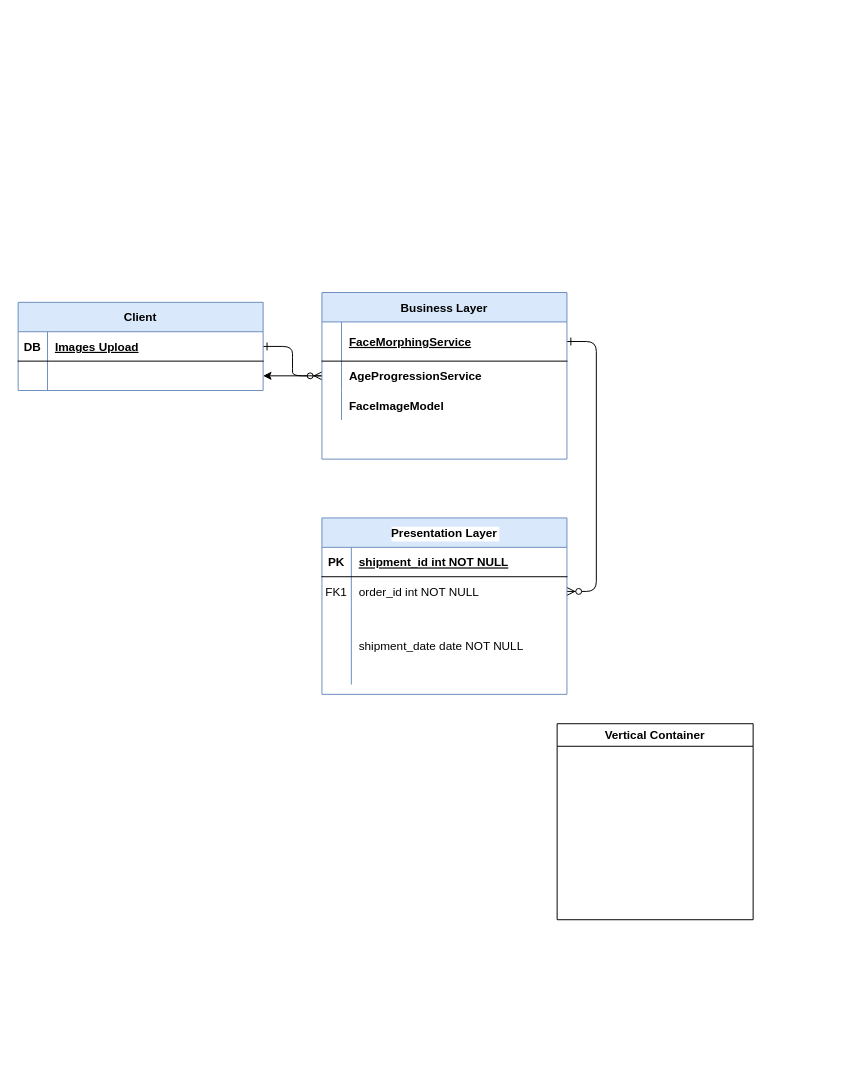
Earlier version of the draw.io diagram Untitled Diagram.drawio (Abhishekc18/shiny-couscous). Source tidied: cells renumbered, new cells numbered last; positions are measured from the earlier drawing's top-left corner, leaving out a move shared by most shapes. Both pictures are drawn from the tidied source at 98%, with x=0, y=0 at pixel (18, 292).
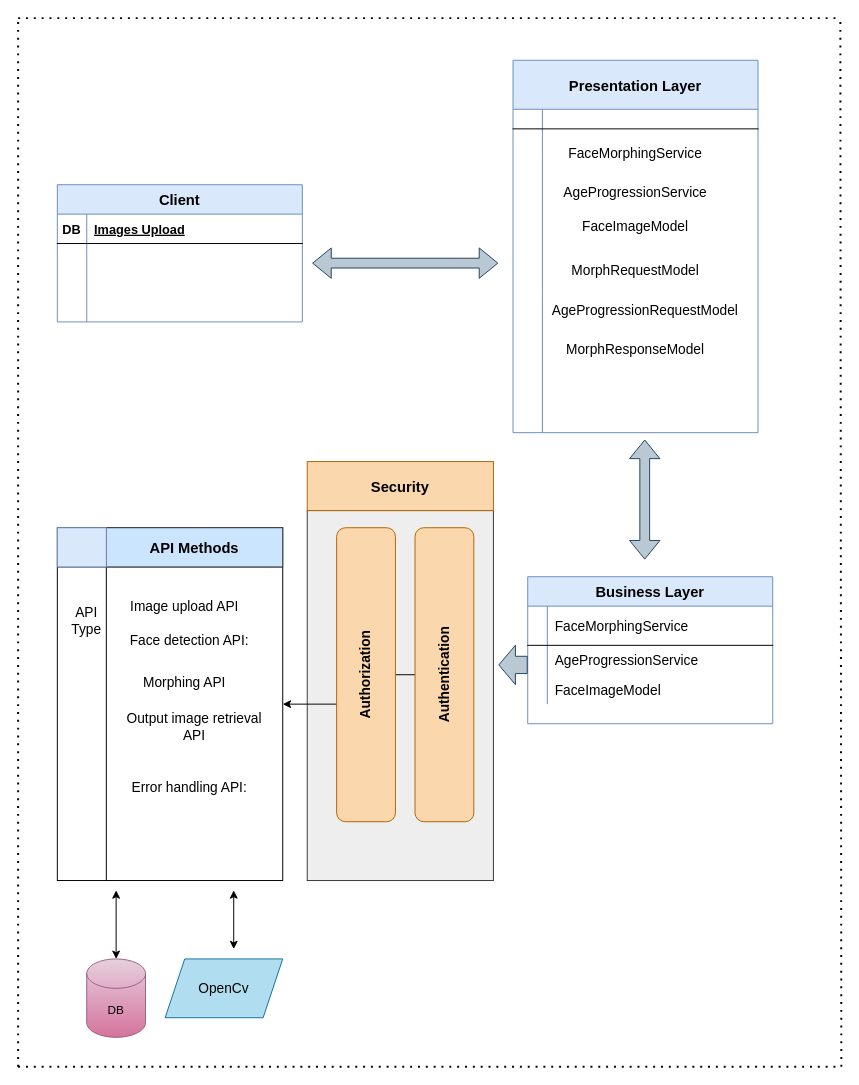
Above is the later version.

Unchanged cells that the change refers to:
```xml
<mxCell id="7" style="shape=partialRectangle;fillColor=none;points=[[0,0.5],[1,0.5]];portConstraint=eastwest;top=0;left=0;right=0;bottom=1;" parent="6" vertex="1">
  <mxGeometry y="30" width="250" height="40" as="geometry" />
</mxCell>
<mxCell id="10" style="shape=partialRectangle;fillColor=none;points=[[0,0.5],[1,0.5]];portConstraint=eastwest;top=0;left=0;right=0;bottom=0;" parent="6" vertex="1">
  <mxGeometry y="70" width="250" height="30" as="geometry" />
</mxCell>
<mxCell id="13" style="shape=partialRectangle;fillColor=none;top=0;left=0;right=0;bottom=0;" parent="6" vertex="1">
  <mxGeometry y="100" width="250" height="30" as="geometry" />
</mxCell>
<mxCell id="27" style="shape=partialRectangle;fillColor=none;points=[[0,0.5],[1,0.5]];portConstraint=eastwest;top=0;left=0;right=0;bottom=1;" parent="26" vertex="1">
  <mxGeometry y="30" width="250" height="30" as="geometry" />
</mxCell>
```

What changed in the source:
```diff
@@
-    <mxCell id="2" style="edgeStyle=entityRelationEdgeStyle;endArrow=ERzeroToMany;startArrow=ERone;endFill=1;startFill=0;" parent="1" edge="1" source="27" target="10">
-      <mxGeometry relative="1" as="geometry" />
-    </mxCell>
-    <mxCell id="3" style="edgeStyle=entityRelationEdgeStyle;endArrow=ERzeroToMany;startArrow=ERone;endFill=1;startFill=0;" parent="1" edge="1" source="7" target="20">
-      <mxGeometry relative="1" as="geometry" />
-    </mxCell>
-    <mxCell id="4" style="edgeStyle=orthogonalEdgeStyle;rounded=0;jettySize=auto;html=1;" parent="1" edge="1" source="6" target="30">
-      <mxGeometry relative="1" as="geometry" />
-    </mxCell>
-    <mxCell id="5" style="edgeStyle=orthogonalEdgeStyle;rounded=0;jettySize=auto;html=1;exitX=0.5;exitY=1;exitDx=0;exitDy=0;" parent="1" edge="1" source="6">
-      <mxGeometry relative="1" as="geometry">
-        <mxPoint x="435" y="170" as="targetPoint" />
-      </mxGeometry>
-    </mxCell>
+    <mxCell id="34" style="rounded=0;html=1;whiteSpace=wrap;fillColor=#eeeeee;strokeColor=#36393d;" parent="1" vertex="1">
+      <mxGeometry x="295" y="222.5" width="190" height="377.5" as="geometry" />
+    </mxCell>
-    <mxCell id="6" value="Business Layer" style="shape=table;startSize=30;childLayout=tableLayout;rowLines=0;fontStyle=1;align=center;fillColor=#dae8fc;strokeColor=#6c8ebf;" parent="1" vertex="1">
-      <mxGeometry x="310" width="250" height="170" as="geometry" />
+    <mxCell id="6" value="Business Layer" style="shape=table;startSize=30;childLayout=tableLayout;rowLines=0;fontStyle=1;align=center;fillColor=#dae8fc;strokeColor=#6c8ebf;fontSize=15;" parent="1" vertex="1">
+      <mxGeometry x="520" y="290" width="250" height="150" as="geometry" />
     </mxCell>
@@
-    <mxCell id="9" value="FaceMorphingService" style="shape=partialRectangle;overflow=hidden;fillColor=none;top=0;left=0;bottom=0;right=0;align=left;spacingLeft=6;fontStyle=5;" parent="7" vertex="1">
+    <mxCell id="9" value="FaceMorphingService" style="shape=partialRectangle;overflow=hidden;fillColor=none;top=0;left=0;bottom=0;right=0;align=left;spacingLeft=6;fontStyle=0;fontSize=14;" parent="7" vertex="1">
       <mxGeometry x="20" width="230" height="40" as="geometry" />
     </mxCell>
@@
-    <mxCell id="12" value="AgeProgressionService" style="shape=partialRectangle;overflow=hidden;fillColor=none;top=0;left=0;bottom=0;right=0;align=left;spacingLeft=6;fontStyle=1;" parent="10" vertex="1">
+    <mxCell id="12" value="AgeProgressionService" style="shape=partialRectangle;overflow=hidden;fillColor=none;top=0;left=0;bottom=0;right=0;align=left;spacingLeft=6;fontStyle=0;fontSize=14;" parent="10" vertex="1">
       <mxGeometry x="20" width="230" height="30" as="geometry" />
     </mxCell>
@@
-    <mxCell id="15" value="FaceImageModel" style="shape=partialRectangle;overflow=hidden;fillColor=none;top=0;left=0;bottom=0;right=0;align=left;spacingLeft=6;fontStyle=1;" parent="13" vertex="1">
+    <mxCell id="15" value="FaceImageModel" style="shape=partialRectangle;overflow=hidden;fillColor=none;top=0;left=0;bottom=0;right=0;align=left;spacingLeft=6;fontStyle=0;fontSize=14;" parent="13" vertex="1">
       <mxGeometry x="20" width="230" height="30" as="geometry" />
     </mxCell>
-    <mxCell id="16" value="Presentation Layer" style="shape=table;startSize=30;childLayout=tableLayout;rowLines=0;fontStyle=1;align=center;labelBackgroundColor=default;fillColor=#dae8fc;strokeColor=#6c8ebf;" parent="1" vertex="1">
-      <mxGeometry x="310" y="230" width="250" height="180" as="geometry" />
-    </mxCell>
-    <mxCell id="17" style="shape=partialRectangle;fillColor=none;top=0;left=0;right=0;bottom=1;" parent="16" vertex="1">
-      <mxGeometry y="30" width="250" height="30" as="geometry" />
-    </mxCell>
-    <mxCell id="18" value="PK" style="shape=partialRectangle;overflow=hidden;fillColor=none;top=0;left=0;bottom=0;right=0;fontStyle=1;" parent="17" vertex="1">
-      <mxGeometry width="30" height="30" as="geometry" />
-    </mxCell>
-    <mxCell id="19" value="shipment_id int NOT NULL " style="shape=partialRectangle;overflow=hidden;fillColor=none;top=0;left=0;bottom=0;right=0;align=left;spacingLeft=6;fontStyle=5;" parent="17" vertex="1">
-      <mxGeometry x="30" width="220" height="30" as="geometry" />
-    </mxCell>
-    <mxCell id="20" style="shape=partialRectangle;fillColor=none;points=[[0,0.5],[1,0.5]];portConstraint=eastwest;top=0;left=0;right=0;bottom=0;" parent="16" vertex="1">
-      <mxGeometry y="60" width="250" height="30" as="geometry" />
-    </mxCell>
-    <mxCell id="21" value="FK1" style="shape=partialRectangle;overflow=hidden;fillColor=none;top=0;left=0;bottom=0;right=0;" parent="20" vertex="1">
-      <mxGeometry width="30" height="30" as="geometry" />
-    </mxCell>
-    <mxCell id="22" value="order_id int NOT NULL" style="shape=partialRectangle;overflow=hidden;fillColor=none;top=0;left=0;bottom=0;right=0;align=left;spacingLeft=6;" parent="20" vertex="1">
-      <mxGeometry x="30" width="220" height="30" as="geometry" />
-    </mxCell>
-    <mxCell id="23" style="shape=partialRectangle;fillColor=none;top=0;left=0;right=0;bottom=0;" parent="16" vertex="1">
-      <mxGeometry y="90" width="250" height="80" as="geometry" />
-    </mxCell>
-    <mxCell id="24" style="shape=partialRectangle;overflow=hidden;fillColor=none;top=0;left=0;bottom=0;right=0;" parent="23" vertex="1">
-      <mxGeometry width="30" height="80" as="geometry" />
-    </mxCell>
-    <mxCell id="25" value="shipment_date date NOT NULL" style="shape=partialRectangle;overflow=hidden;fillColor=none;top=0;left=0;bottom=0;right=0;align=left;spacingLeft=6;" parent="23" vertex="1">
-      <mxGeometry x="30" width="220" height="80" as="geometry" />
-    </mxCell>
-    <mxCell id="26" value="Client" style="shape=table;startSize=30;childLayout=tableLayout;rowLines=0;fontStyle=1;align=center;fillColor=#dae8fc;strokeColor=#6c8ebf;" parent="1" vertex="1">
-      <mxGeometry y="10" width="250" height="90" as="geometry" />
+    <mxCell id="26" value="Client" style="shape=table;startSize=30;childLayout=tableLayout;rowLines=0;fontStyle=1;align=center;fillColor=#dae8fc;strokeColor=#6c8ebf;fontSize=15;" parent="1" vertex="1">
+      <mxGeometry x="40" y="-110" width="250" height="140" as="geometry" />
     </mxCell>
@@
-    <mxCell id="28" value="DB" style="shape=partialRectangle;overflow=hidden;fillColor=none;top=0;left=0;bottom=0;right=0;fontStyle=1;" parent="27" vertex="1">
+    <mxCell id="28" value="DB" style="shape=partialRectangle;overflow=hidden;fillColor=none;top=0;left=0;bottom=0;right=0;fontStyle=1;fontSize=13;" parent="27" vertex="1">
       <mxGeometry width="30" height="30" as="geometry" />
     </mxCell>
-    <mxCell id="29" value="Images Upload" style="shape=partialRectangle;overflow=hidden;fillColor=none;top=0;left=0;bottom=0;right=0;align=left;spacingLeft=6;fontStyle=5;" parent="27" vertex="1">
+    <mxCell id="29" value="Images Upload" style="shape=partialRectangle;overflow=hidden;fillColor=none;top=0;left=0;bottom=0;right=0;align=left;spacingLeft=6;fontStyle=5;fontSize=13;" parent="27" vertex="1">
       <mxGeometry x="30" width="220" height="30" as="geometry" />
     </mxCell>
     <mxCell id="30" style="shape=partialRectangle;fillColor=none;points=[[0,0.5],[1,0.5]];portConstraint=eastwest;top=0;left=0;right=0;bottom=0;" parent="26" vertex="1">
-      <mxGeometry y="60" width="250" height="30" as="geometry" />
+      <mxGeometry y="60" width="250" height="80" as="geometry" />
     </mxCell>
     <mxCell id="31" style="shape=partialRectangle;overflow=hidden;fillColor=none;top=0;left=0;bottom=0;right=0;" parent="30" vertex="1">
-      <mxGeometry width="30" height="30" as="geometry" />
+      <mxGeometry width="30" height="80" as="geometry" />
     </mxCell>
     <mxCell id="32" style="shape=partialRectangle;overflow=hidden;fillColor=none;top=0;left=0;bottom=0;right=0;align=left;spacingLeft=6;" parent="30" vertex="1">
-      <mxGeometry x="30" width="220" height="30" as="geometry" />
+      <mxGeometry x="30" width="220" height="80" as="geometry" />
     </mxCell>
-    <mxCell id="33" value="Vertical Container" style="swimlane;whiteSpace=wrap;html=1;" parent="1" vertex="1">
-      <mxGeometry x="550" y="440" width="200" height="200" as="geometry" />
-    </mxCell>
+    <mxCell id="35" value="DB" style="shape=cylinder3;whiteSpace=wrap;html=1;boundedLbl=1;backgroundOutline=1;size=15;fillColor=#e6d0de;gradientColor=#d5739d;strokeColor=#996185;" parent="1" vertex="1">
+      <mxGeometry x="70" y="680" width="60" height="80" as="geometry" />
+    </mxCell>
+    <mxCell id="36" style="edgeStyle=orthogonalEdgeStyle;rounded=0;jettySize=auto;html=1;" parent="1" edge="1" source="37" target="39">
+      <mxGeometry relative="1" as="geometry" />
+    </mxCell>
+    <mxCell id="37" value="&lt;font style=&quot;font-size: 14px;&quot;&gt;&lt;b&gt;Authentication&lt;/b&gt;&lt;/font&gt;" style="rounded=1;whiteSpace=wrap;html=1;rotation=270;fillColor=#fad7ac;strokeColor=#b46504;" parent="1" vertex="1">
+      <mxGeometry x="285" y="360" width="300" height="60" as="geometry" />
+    </mxCell>
+    <mxCell id="38" value="&lt;font style=&quot;font-size: 14px;&quot;&gt;&lt;b&gt;Authorization&lt;/b&gt;&lt;/font&gt;" style="rounded=1;whiteSpace=wrap;html=1;rotation=270;fillColor=#fad7ac;strokeColor=#b46504;" parent="1" vertex="1">
+      <mxGeometry x="205" y="360" width="300" height="60" as="geometry" />
+    </mxCell>
+    <mxCell id="39" style="shape=internalStorage;whiteSpace=wrap;html=1;backgroundOutline=1;dx=50;dy=40;" parent="1" vertex="1">
+      <mxGeometry x="40" y="240" width="230" height="360" as="geometry" />
+    </mxCell>
+    <mxCell id="40" style="shape=flexArrow;endArrow=classic;html=1;rounded=0;width=17.647058823529413;endSize=5.317647058823529;endWidth=21.591695501730104;fillColor=#bac8d3;strokeColor=#23445d;" parent="1" edge="1">
+      <mxGeometry relative="1" as="geometry">
+        <mxPoint x="520" y="380" as="sourcePoint" />
+        <mxPoint x="490" y="380" as="targetPoint" />
+      </mxGeometry>
+    </mxCell>
+    <mxCell id="41" value="Face detection API:" style="text;html=1;strokeColor=none;fillColor=none;align=center;verticalAlign=middle;whiteSpace=wrap;rounded=0;fontSize=14;" parent="1" vertex="1">
+      <mxGeometry x="100" y="340" width="150" height="30" as="geometry" />
+    </mxCell>
+    <mxCell id="42" value="&lt;font style=&quot;font-size: 14px;&quot;&gt;Image upload API&lt;/font&gt;" style="text;html=1;strokeColor=none;fillColor=none;align=center;verticalAlign=middle;whiteSpace=wrap;rounded=0;" parent="1" vertex="1">
+      <mxGeometry x="90" y="300" width="160" height="40" as="geometry" />
+    </mxCell>
+    <mxCell id="43" value="&lt;font style=&quot;font-size: 14px;&quot;&gt;Morphing API&lt;/font&gt;" style="text;html=1;strokeColor=none;fillColor=none;align=center;verticalAlign=middle;whiteSpace=wrap;rounded=0;" parent="1" vertex="1">
+      <mxGeometry x="100" y="375" width="140" height="45" as="geometry" />
+    </mxCell>
+    <mxCell id="44" value="&lt;font style=&quot;font-size: 14px;&quot;&gt;Output image retrieval API&lt;/font&gt;" style="text;html=1;strokeColor=none;fillColor=none;align=center;verticalAlign=middle;whiteSpace=wrap;rounded=0;" parent="1" vertex="1">
+      <mxGeometry x="100" y="425" width="160" height="35" as="geometry" />
+    </mxCell>
+    <mxCell id="45" value="&lt;font style=&quot;font-size: 14px;&quot;&gt;Error handling API:&lt;/font&gt;" style="text;html=1;strokeColor=none;fillColor=none;align=center;verticalAlign=middle;whiteSpace=wrap;rounded=0;" parent="1" vertex="1">
+      <mxGeometry x="90" y="490" width="170" height="30" as="geometry" />
+    </mxCell>
+    <mxCell id="46" style="shape=flexArrow;endArrow=classic;startArrow=classic;html=1;rounded=0;fillColor=#bac8d3;strokeColor=#23445d;" parent="1" edge="1">
+      <mxGeometry relative="1" as="geometry">
+        <mxPoint x="300" y="-30" as="sourcePoint" />
+        <mxPoint x="490" y="-30" as="targetPoint" />
+      </mxGeometry>
+    </mxCell>
+    <mxCell id="47" value="&lt;b&gt;&lt;font style=&quot;font-size: 15px;&quot;&gt;API Methods&lt;/font&gt;&lt;/b&gt;" style="text;html=1;strokeColor=#36393d;fillColor=#cce5ff;align=center;verticalAlign=middle;whiteSpace=wrap;rounded=0;" parent="1" vertex="1">
+      <mxGeometry x="90" y="240" width="180" height="40" as="geometry" />
+    </mxCell>
+    <mxCell id="48" value="&lt;font style=&quot;font-size: 14px;&quot;&gt;API &lt;br&gt;Type&lt;/font&gt;" style="text;html=1;strokeColor=none;fillColor=none;align=center;verticalAlign=middle;whiteSpace=wrap;rounded=0;" parent="1" vertex="1">
+      <mxGeometry x="40" y="310" width="60" height="50" as="geometry" />
+    </mxCell>
+    <mxCell id="49" value="&lt;b&gt;&lt;font style=&quot;font-size: 15px;&quot;&gt;Security&lt;/font&gt;&lt;/b&gt;" style="text;html=1;strokeColor=#b46504;fillColor=#fad7ac;align=center;verticalAlign=middle;whiteSpace=wrap;rounded=0;" parent="1" vertex="1">
+      <mxGeometry x="295" y="172.5" width="190" height="50" as="geometry" />
+    </mxCell>
+    <mxCell id="50" value="&lt;font style=&quot;font-size: 14px;&quot;&gt;OpenCv&lt;/font&gt;" style="shape=parallelogram;perimeter=parallelogramPerimeter;whiteSpace=wrap;html=1;fixedSize=1;fillColor=#b1ddf0;strokeColor=#10739e;" parent="1" vertex="1">
+      <mxGeometry x="150" y="680" width="120" height="60" as="geometry" />
+    </mxCell>
+    <mxCell id="51" style="endArrow=classic;startArrow=classic;html=1;rounded=0;" parent="1" edge="1">
+      <mxGeometry relative="1" as="geometry">
+        <mxPoint x="220" y="670" as="sourcePoint" />
+        <mxPoint x="220" y="610" as="targetPoint" />
+      </mxGeometry>
+    </mxCell>
+    <mxCell id="52" style="endArrow=classic;startArrow=classic;html=1;rounded=0;" parent="1" edge="1">
+      <mxGeometry relative="1" as="geometry">
+        <mxPoint x="100" y="680" as="sourcePoint" />
+        <mxPoint x="100" y="610" as="targetPoint" />
+      </mxGeometry>
+    </mxCell>
+    <mxCell id="53" style="text;html=1;strokeColor=#6c8ebf;fillColor=#dae8fc;align=center;verticalAlign=middle;whiteSpace=wrap;rounded=0;" parent="1" vertex="1">
+      <mxGeometry x="40" y="240" width="50" height="40" as="geometry" />
+    </mxCell>
+    <mxCell id="16" value="Presentation Layer" style="shape=table;startSize=50;childLayout=tableLayout;rowLines=0;fontStyle=1;align=center;labelBackgroundColor=none;fillColor=#dae8fc;strokeColor=#6c8ebf;fontSize=15;" parent="1" vertex="1">
+      <mxGeometry x="505" y="-237" width="250" height="380" as="geometry" />
+    </mxCell>
+    <mxCell id="54" style="shape=partialRectangle;fillColor=none;top=0;left=0;right=0;bottom=1;" parent="16" vertex="1">
+      <mxGeometry y="50" width="250" height="20" as="geometry" />
+    </mxCell>
+    <mxCell id="55" style="shape=partialRectangle;overflow=hidden;fillColor=none;top=0;left=0;bottom=0;right=0;fontStyle=1;" parent="54" vertex="1">
+      <mxGeometry width="30" height="20" as="geometry" />
+    </mxCell>
+    <mxCell id="56" style="shape=partialRectangle;overflow=hidden;fillColor=none;top=0;left=0;bottom=0;right=0;align=left;spacingLeft=6;fontStyle=5;" parent="54" vertex="1">
+      <mxGeometry x="30" width="220" height="20" as="geometry" />
+    </mxCell>
+    <mxCell id="57" style="shape=partialRectangle;fillColor=none;top=0;left=0;right=0;bottom=0;" parent="16" vertex="1">
+      <mxGeometry y="70" width="250" height="30" as="geometry" />
+    </mxCell>
+    <mxCell id="58" style="shape=partialRectangle;overflow=hidden;fillColor=none;top=0;left=0;bottom=0;right=0;" parent="57" vertex="1">
+      <mxGeometry width="30" height="30" as="geometry" />
+    </mxCell>
+    <mxCell id="59" style="shape=partialRectangle;overflow=hidden;fillColor=none;top=0;left=0;bottom=0;right=0;align=left;spacingLeft=6;" parent="57" vertex="1">
+      <mxGeometry x="30" width="220" height="30" as="geometry" />
+    </mxCell>
+    <mxCell id="60" style="shape=partialRectangle;fillColor=none;top=0;left=0;right=0;bottom=0;" parent="16" vertex="1">
+      <mxGeometry y="100" width="250" height="140" as="geometry" />
+    </mxCell>
+    <mxCell id="61" style="shape=partialRectangle;overflow=hidden;fillColor=none;top=0;left=0;bottom=0;right=0;" parent="60" vertex="1">
+      <mxGeometry width="30" height="140" as="geometry" />
+    </mxCell>
+    <mxCell id="62" style="shape=partialRectangle;overflow=hidden;fillColor=none;top=0;left=0;bottom=0;right=0;align=left;spacingLeft=6;" parent="60" vertex="1">
+      <mxGeometry x="30" width="220" height="140" as="geometry" />
+    </mxCell>
+    <mxCell id="63" style="shape=partialRectangle;fillColor=none;top=0;left=0;right=0;bottom=0;" parent="16" vertex="1">
+      <mxGeometry y="240" width="250" height="140" as="geometry" />
+    </mxCell>
+    <mxCell id="64" style="shape=partialRectangle;overflow=hidden;fillColor=none;top=0;left=0;bottom=0;right=0;" parent="63" vertex="1">
+      <mxGeometry width="30" height="140" as="geometry" />
+    </mxCell>
+    <mxCell id="65" style="shape=partialRectangle;overflow=hidden;fillColor=none;top=0;left=0;bottom=0;right=0;align=left;spacingLeft=6;" parent="63" vertex="1">
+      <mxGeometry x="30" width="220" height="140" as="geometry" />
+    </mxCell>
+    <mxCell id="66" value="&lt;font style=&quot;font-size: 14px;&quot;&gt;FaceMorphingService&lt;/font&gt;" style="text;html=1;strokeColor=none;fillColor=none;align=center;verticalAlign=middle;whiteSpace=wrap;rounded=0;" parent="1" vertex="1">
+      <mxGeometry x="530" y="-157" width="200" height="30" as="geometry" />
+    </mxCell>
+    <mxCell id="67" value="&lt;font style=&quot;font-size: 14px;&quot;&gt;MorphResponseModel&lt;/font&gt;" style="text;html=1;strokeColor=none;fillColor=none;align=center;verticalAlign=middle;whiteSpace=wrap;rounded=0;" parent="1" vertex="1">
+      <mxGeometry x="520" y="43" width="220" height="30" as="geometry" />
+    </mxCell>
+    <mxCell id="68" value="&lt;font style=&quot;font-size: 14px;&quot;&gt;AgeProgressionRequestModel&lt;/font&gt;" style="text;html=1;strokeColor=none;fillColor=none;align=center;verticalAlign=middle;whiteSpace=wrap;rounded=0;" parent="1" vertex="1">
+      <mxGeometry x="540" y="3" width="200" height="30" as="geometry" />
+    </mxCell>
+    <mxCell id="69" value="&lt;font style=&quot;font-size: 14px;&quot;&gt;MorphRequestModel&lt;/font&gt;" style="text;html=1;strokeColor=none;fillColor=none;align=center;verticalAlign=middle;whiteSpace=wrap;rounded=0;" parent="1" vertex="1">
+      <mxGeometry x="520" y="-37" width="220" height="30" as="geometry" />
+    </mxCell>
+    <mxCell id="70" value="&lt;font style=&quot;font-size: 14px;&quot;&gt;FaceImageModel&lt;/font&gt;" style="text;html=1;strokeColor=none;fillColor=none;align=center;verticalAlign=middle;whiteSpace=wrap;rounded=0;" parent="1" vertex="1">
+      <mxGeometry x="530" y="-82" width="200" height="30" as="geometry" />
+    </mxCell>
+    <mxCell id="71" value="&lt;font style=&quot;font-size: 14px;&quot;&gt;AgeProgressionService&lt;/font&gt;" style="text;html=1;strokeColor=none;fillColor=none;align=center;verticalAlign=middle;whiteSpace=wrap;rounded=0;" parent="1" vertex="1">
+      <mxGeometry x="530" y="-117" width="200" height="30" as="geometry" />
+    </mxCell>
+    <mxCell id="72" style="shape=flexArrow;endArrow=classic;startArrow=classic;html=1;rounded=0;fillColor=#bac8d3;strokeColor=#23445d;" parent="1" edge="1">
+      <mxGeometry relative="1" as="geometry">
+        <mxPoint x="639.4" y="272.5" as="sourcePoint" />
+        <mxPoint x="639.4" y="150" as="targetPoint" />
+      </mxGeometry>
+    </mxCell>
+    <mxCell id="73" style="endArrow=none;dashed=1;html=1;dashPattern=1 3;strokeWidth=2;rounded=0;" parent="1" edge="1">
+      <mxGeometry relative="1" as="geometry">
+        <mxPoint y="790" as="sourcePoint" />
+        <mxPoint y="-280" as="targetPoint" />
+      </mxGeometry>
+    </mxCell>
+    <mxCell id="74" style="endArrow=none;dashed=1;html=1;dashPattern=1 3;strokeWidth=2;rounded=0;" parent="1" edge="1">
+      <mxGeometry relative="1" as="geometry">
+        <mxPoint y="790" as="sourcePoint" />
+        <mxPoint x="840" y="790" as="targetPoint" />
+      </mxGeometry>
+    </mxCell>
+    <mxCell id="75" style="endArrow=none;dashed=1;html=1;dashPattern=1 3;strokeWidth=2;rounded=0;" parent="1" edge="1">
+      <mxGeometry relative="1" as="geometry">
+        <mxPoint y="-280" as="sourcePoint" />
+        <mxPoint x="840" y="-280" as="targetPoint" />
+      </mxGeometry>
+    </mxCell>
+    <mxCell id="76" style="endArrow=none;dashed=1;html=1;dashPattern=1 3;strokeWidth=2;rounded=0;" parent="1" edge="1">
+      <mxGeometry relative="1" as="geometry">
+        <mxPoint x="840" y="790" as="sourcePoint" />
+        <mxPoint x="839" y="-280" as="targetPoint" />
+      </mxGeometry>
+    </mxCell>
```
